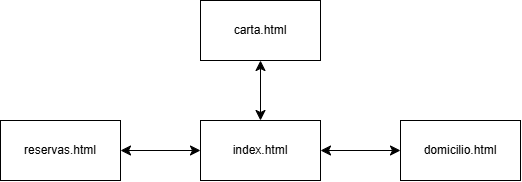
JuanMiguelCandil/diweb2627 keeps this draw.io diagram as Ejercicios/Tema 3/Ejercicio 2/Diagrama_T3E2.drawio.png. Above is the earlier version. Source tidied: cells renumbered, new cells last; positions are measured from the earlier drawing's top-left corner, leaving out a move shared by most shapes. Its diagram source:
```xml
<mxGraphModel>
  <root>
    <mxCell id="0" />
    <mxCell id="1" parent="0" />
    <mxCell id="2" style="edgeStyle=none;curved=1;rounded=0;curveGeometry=1;jettySize=auto;html=1;exitX=0.5;exitY=0;exitDx=0;exitDy=0;entryX=0.5;entryY=1;entryDx=0;entryDy=0;fontSize=12;startSize=8;endSize=8;startArrow=classic;startFill=1;" parent="1" edge="1" source="4" target="8">
      <mxGeometry relative="1" as="geometry" />
    </mxCell>
    <mxCell id="3" style="edgeStyle=none;curved=1;rounded=0;curveGeometry=1;jettySize=auto;html=1;exitX=1;exitY=0.5;exitDx=0;exitDy=0;entryX=0;entryY=0.5;entryDx=0;entryDy=0;fontSize=12;startSize=8;endSize=8;startArrow=classic;startFill=1;" parent="1" edge="1" source="4" target="7">
      <mxGeometry relative="1" as="geometry" />
    </mxCell>
    <mxCell id="4" value="index.html" style="rounded=0;whiteSpace=wrap;html=1;" parent="1" vertex="1">
      <mxGeometry x="200" y="120" width="120" height="60" as="geometry" />
    </mxCell>
    <mxCell id="5" style="edgeStyle=none;curved=1;rounded=0;curveGeometry=1;jettySize=auto;html=1;exitX=1;exitY=0.5;exitDx=0;exitDy=0;entryX=0;entryY=0.5;entryDx=0;entryDy=0;fontSize=12;startSize=8;endSize=8;startArrow=classic;startFill=1;" parent="1" edge="1" source="6" target="4">
      <mxGeometry relative="1" as="geometry" />
    </mxCell>
    <mxCell id="6" value="reservas.html" style="rounded=0;whiteSpace=wrap;html=1;" parent="1" vertex="1">
      <mxGeometry y="120" width="120" height="60" as="geometry" />
    </mxCell>
    <mxCell id="7" value="domicilio.html" style="rounded=0;whiteSpace=wrap;html=1;" parent="1" vertex="1">
      <mxGeometry x="400" y="120" width="120" height="60" as="geometry" />
    </mxCell>
    <mxCell id="8" value="carta.html" style="rounded=0;whiteSpace=wrap;html=1;" parent="1" vertex="1">
      <mxGeometry x="200" width="120" height="60" as="geometry" />
    </mxCell>
  </root>
</mxGraphModel>
```
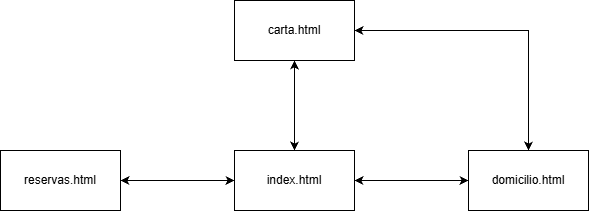
Later version of the same file.

The edit, as a diff of the source:
```diff
@@ -2,26 +2,29 @@
   <root>
     <mxCell id="0" />
     <mxCell id="1" parent="0" />
+    <mxCell id="9" style="edgeStyle=orthogonalEdgeStyle;rounded=0;jettySize=auto;html=1;exitX=1;exitY=0.5;exitDx=0;exitDy=0;entryX=0.5;entryY=0;entryDx=0;entryDy=0;startArrow=classic;startFill=1;" parent="1" edge="1" source="8" target="7">
+      <mxGeometry relative="1" as="geometry" />
+    </mxCell>
+    <mxCell id="8" value="carta.html" style="rounded=0;whiteSpace=wrap;html=1;" parent="1" vertex="1">
+      <mxGeometry x="254" y="160" width="120" height="60" as="geometry" />
+    </mxCell>
-    <mxCell id="2" style="edgeStyle=none;curved=1;rounded=0;curveGeometry=1;jettySize=auto;html=1;exitX=0.5;exitY=0;exitDx=0;exitDy=0;entryX=0.5;entryY=1;entryDx=0;entryDy=0;fontSize=12;startSize=8;endSize=8;startArrow=classic;startFill=1;" parent="1" edge="1" source="4" target="8">
+    <mxCell id="2" style="edgeStyle=orthogonalEdgeStyle;rounded=0;jettySize=auto;html=1;exitX=0.5;exitY=0;exitDx=0;exitDy=0;entryX=0.5;entryY=1;entryDx=0;entryDy=0;startArrow=classic;startFill=1;" parent="1" edge="1" source="4" target="8">
       <mxGeometry relative="1" as="geometry" />
     </mxCell>
-    <mxCell id="3" style="edgeStyle=none;curved=1;rounded=0;curveGeometry=1;jettySize=auto;html=1;exitX=1;exitY=0.5;exitDx=0;exitDy=0;entryX=0;entryY=0.5;entryDx=0;entryDy=0;fontSize=12;startSize=8;endSize=8;startArrow=classic;startFill=1;" parent="1" edge="1" source="4" target="7">
+    <mxCell id="3" style="edgeStyle=orthogonalEdgeStyle;rounded=0;jettySize=auto;html=1;exitX=1;exitY=0.5;exitDx=0;exitDy=0;entryX=0;entryY=0.5;entryDx=0;entryDy=0;startArrow=classic;startFill=1;" parent="1" edge="1" source="4" target="7">
       <mxGeometry relative="1" as="geometry" />
     </mxCell>
     <mxCell id="4" value="index.html" style="rounded=0;whiteSpace=wrap;html=1;" parent="1" vertex="1">
-      <mxGeometry x="200" y="120" width="120" height="60" as="geometry" />
+      <mxGeometry x="254" y="310" width="120" height="60" as="geometry" />
     </mxCell>
-    <mxCell id="5" style="edgeStyle=none;curved=1;rounded=0;curveGeometry=1;jettySize=auto;html=1;exitX=1;exitY=0.5;exitDx=0;exitDy=0;entryX=0;entryY=0.5;entryDx=0;entryDy=0;fontSize=12;startSize=8;endSize=8;startArrow=classic;startFill=1;" parent="1" edge="1" source="6" target="4">
+    <mxCell id="5" style="edgeStyle=orthogonalEdgeStyle;rounded=0;jettySize=auto;html=1;exitX=1;exitY=0.5;exitDx=0;exitDy=0;startArrow=classic;startFill=1;entryX=0;entryY=0.5;entryDx=0;entryDy=0;" parent="1" edge="1" source="6" target="4">
       <mxGeometry relative="1" as="geometry" />
     </mxCell>
     <mxCell id="6" value="reservas.html" style="rounded=0;whiteSpace=wrap;html=1;" parent="1" vertex="1">
-      <mxGeometry y="120" width="120" height="60" as="geometry" />
+      <mxGeometry x="20" y="310" width="120" height="60" as="geometry" />
     </mxCell>
     <mxCell id="7" value="domicilio.html" style="rounded=0;whiteSpace=wrap;html=1;" parent="1" vertex="1">
-      <mxGeometry x="400" y="120" width="120" height="60" as="geometry" />
+      <mxGeometry x="488" y="310" width="120" height="60" as="geometry" />
     </mxCell>
-    <mxCell id="8" value="carta.html" style="rounded=0;whiteSpace=wrap;html=1;" parent="1" vertex="1">
-      <mxGeometry x="200" width="120" height="60" as="geometry" />
-    </mxCell>
   </root>
 </mxGraphModel>
```
